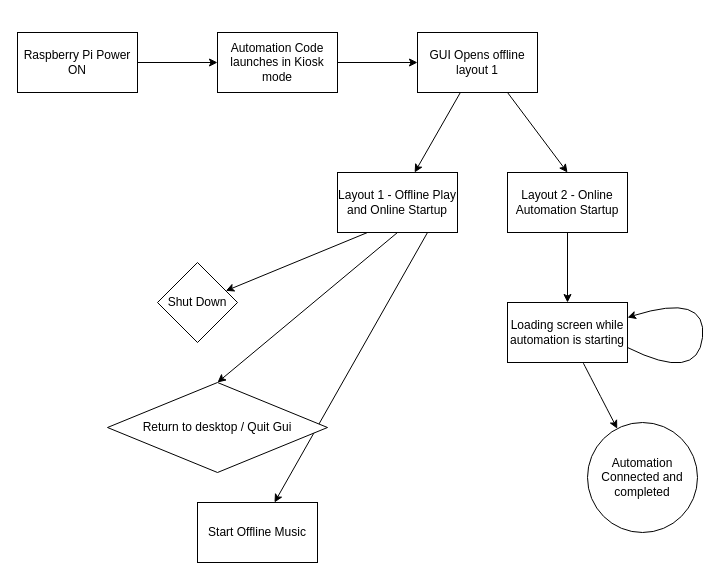
The draw.io diagram documents/uml.drawio in mitchellkolb/pi-music-player, before the edit. Source tidied: cells renumbered, new cells numbered last; positions are measured from the earlier drawing's top-left corner, leaving out a move shared by most shapes. Both pictures are drawn from the tidied source at 100%, with x=0, y=0 at pixel (17, 32).
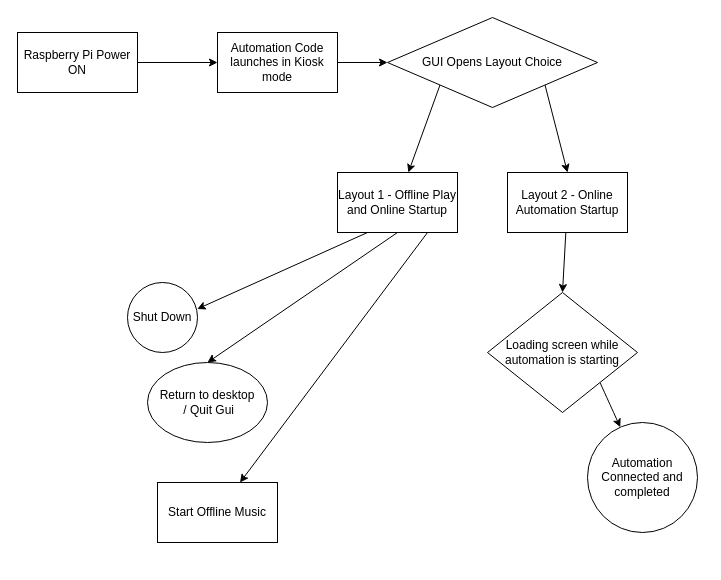
Above is the later version.

The change refers to these unchanged cells:
```xml
<mxCell id="4" value="Automation Code launches in Kiosk mode" style="whiteSpace=wrap;html=1;" parent="1" vertex="1">
  <mxGeometry x="200" width="120" height="60" as="geometry" />
</mxCell>
<mxCell id="10" value="Layout 1 - Offline Play and Online Startup" style="whiteSpace=wrap;html=1;" parent="1" vertex="1">
  <mxGeometry x="320" y="140" width="120" height="60" as="geometry" />
</mxCell>
<mxCell id="12" value="Layout 2 - Online Automation Startup" style="whiteSpace=wrap;html=1;" parent="1" vertex="1">
  <mxGeometry x="490" y="140" width="120" height="60" as="geometry" />
</mxCell>
```

The edit, as a diff of the source:
```diff
@@
-    <mxCell id="5" style="edgeStyle=none;html=1;exitX=1;exitY=0.5;exitDx=0;exitDy=0;entryX=0;entryY=0.5;entryDx=0;entryDy=0;" parent="1" edge="1" source="4" target="8">
+    <mxCell id="5" style="edgeStyle=none;html=1;exitX=1;exitY=0.5;exitDx=0;exitDy=0;entryX=0;entryY=0.5;entryDx=0;entryDy=0;" parent="1" edge="1" source="4" target="22">
       <mxGeometry relative="1" as="geometry" />
     </mxCell>
-    <mxCell id="6" style="edgeStyle=none;html=1;" parent="1" edge="1" source="8" target="10">
+    <mxCell id="6" style="edgeStyle=none;html=1;exitX=0;exitY=1;exitDx=0;exitDy=0;" parent="1" edge="1" source="22" target="10">
       <mxGeometry relative="1" as="geometry" />
     </mxCell>
-    <mxCell id="7" style="edgeStyle=none;html=1;exitX=0.75;exitY=1;exitDx=0;exitDy=0;entryX=0.5;entryY=0;entryDx=0;entryDy=0;" parent="1" edge="1" source="8" target="12">
+    <mxCell id="7" style="edgeStyle=none;html=1;exitX=1;exitY=1;exitDx=0;exitDy=0;entryX=0.5;entryY=0;entryDx=0;entryDy=0;" parent="1" edge="1" source="22" target="12">
       <mxGeometry relative="1" as="geometry" />
     </mxCell>
-    <mxCell id="8" value="GUI Opens offline layout 1" style="whiteSpace=wrap;html=1;" parent="1" vertex="1">
-      <mxGeometry x="400" width="120" height="60" as="geometry" />
-    </mxCell>
@@
-    <mxCell id="11" style="edgeStyle=none;html=1;" parent="1" edge="1" source="12" target="19">
+    <mxCell id="11" style="edgeStyle=none;html=1;entryX=0.5;entryY=0;entryDx=0;entryDy=0;" parent="1" edge="1" source="12" target="19">
       <mxGeometry relative="1" as="geometry" />
     </mxCell>
@@
-    <mxCell id="13" style="edgeStyle=none;html=1;exitX=0.25;exitY=1;exitDx=0;exitDy=0;" parent="1" edge="1" source="10" target="16">
+    <mxCell id="13" style="edgeStyle=none;html=1;exitX=0.25;exitY=1;exitDx=0;exitDy=0;entryX=0.996;entryY=0.379;entryDx=0;entryDy=0;entryPerimeter=0;" parent="1" edge="1" source="10" target="16">
       <mxGeometry relative="1" as="geometry" />
     </mxCell>
@@
     <mxCell id="15" value="Start Offline Music" style="whiteSpace=wrap;html=1;" parent="1" vertex="1">
-      <mxGeometry x="180" y="470" width="120" height="60" as="geometry" />
+      <mxGeometry x="140" y="450" width="120" height="60" as="geometry" />
     </mxCell>
+    <mxCell id="18" style="edgeStyle=none;curved=1;html=1;strokeColor=default;exitX=1;exitY=1;exitDx=0;exitDy=0;" parent="1" edge="1" source="19" target="21">
+      <mxGeometry relative="1" as="geometry" />
+    </mxCell>
+    <mxCell id="21" value="Automation Connected and completed" style="ellipse;whiteSpace=wrap;html=1;" parent="1" vertex="1">
+      <mxGeometry x="570" y="390" width="110" height="110" as="geometry" />
+    </mxCell>
-    <mxCell id="16" value="Shut Down" style="rhombus;whiteSpace=wrap;html=1;" parent="1" vertex="1">
-      <mxGeometry x="140" y="230" width="80" height="80" as="geometry" />
+    <mxCell id="16" value="Shut Down" style="ellipse;whiteSpace=wrap;html=1;rounded=0;" parent="1" vertex="1">
+      <mxGeometry x="110" y="250" width="70" height="70" as="geometry" />
     </mxCell>
-    <mxCell id="17" value="Return to desktop / Quit Gui" style="rhombus;whiteSpace=wrap;html=1;" parent="1" vertex="1">
-      <mxGeometry x="90" y="350" width="220" height="90" as="geometry" />
+    <mxCell id="17" value="Return to desktop&lt;br&gt;&amp;nbsp;/ Quit Gui" style="ellipse;whiteSpace=wrap;html=1;rounded=0;" parent="1" vertex="1">
+      <mxGeometry x="130" y="330" width="120" height="80" as="geometry" />
     </mxCell>
-    <mxCell id="18" style="edgeStyle=none;curved=1;html=1;strokeColor=default;" parent="1" edge="1" source="19" target="21">
-      <mxGeometry relative="1" as="geometry" />
-    </mxCell>
-    <mxCell id="19" value="Loading screen while automation is starting" style="whiteSpace=wrap;html=1;" parent="1" vertex="1">
-      <mxGeometry x="490" y="270" width="120" height="60" as="geometry" />
+    <mxCell id="19" value="Loading screen while automation is starting" style="rhombus;whiteSpace=wrap;html=1;rounded=0;" parent="1" vertex="1">
+      <mxGeometry x="470" y="260" width="150" height="120" as="geometry" />
     </mxCell>
-    <mxCell id="20" style="edgeStyle=none;html=1;exitX=1;exitY=0.75;exitDx=0;exitDy=0;entryX=1;entryY=0.25;entryDx=0;entryDy=0;strokeColor=default;curved=1;" parent="1" edge="1" source="19" target="19">
-      <mxGeometry relative="1" as="geometry">
-        <Array as="points">
-          <mxPoint x="680" y="350" />
-          <mxPoint x="690" y="260" />
-        </Array>
-      </mxGeometry>
-    </mxCell>
-    <mxCell id="21" value="Automation Connected and completed" style="ellipse;whiteSpace=wrap;html=1;" parent="1" vertex="1">
-      <mxGeometry x="570" y="390" width="110" height="110" as="geometry" />
-    </mxCell>
+    <mxCell id="22" value="GUI Opens Layout Choice" style="rhombus;whiteSpace=wrap;html=1;rounded=0;" parent="1" vertex="1">
+      <mxGeometry x="370" y="-15" width="210" height="90" as="geometry" />
+    </mxCell>
```
